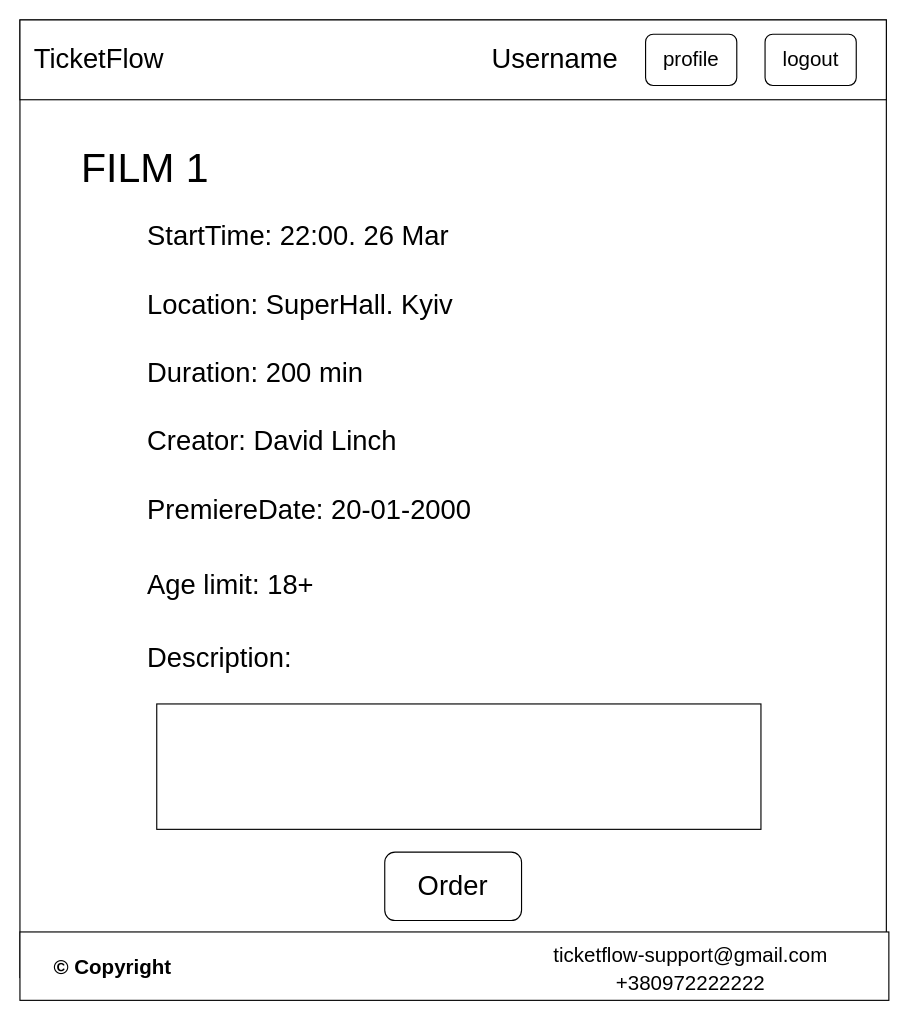
ArtemK123/Ticket_Flow keeps this draw.io diagram as page "MoviePage" (3 of 7) of docs/UI_mockups.drawio. Above is the earlier version. Source tidied: cells renumbered, new cells numbered last; positions are measured from the earlier drawing's top-left corner, leaving out a move shared by most shapes. Both pictures are drawn from the tidied source at 114%, with x=0, y=0 at pixel (19, 19).
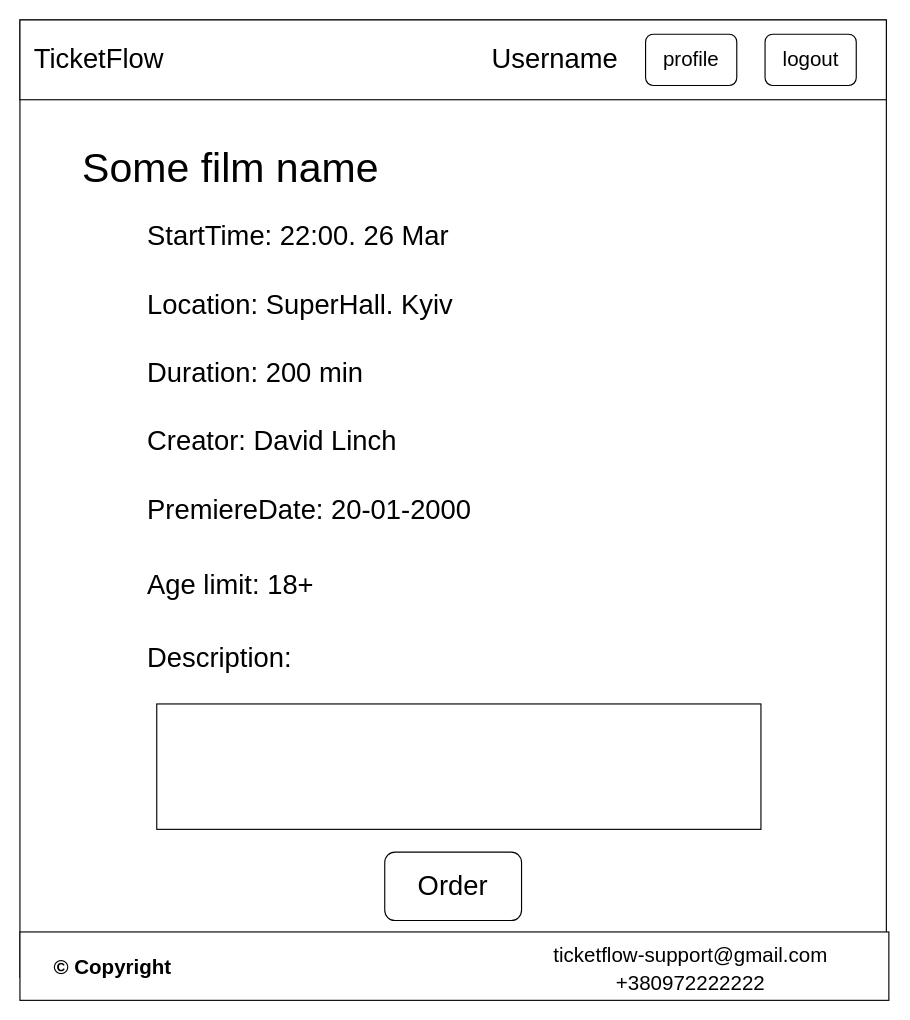
The same page after the edit.

Commit message (it also covers changes not shown here):
Renamed MoviePage in UI components diagram

Change to the diagram source:
```diff
@@
-    <mxCell id="12" value="&lt;font style=&quot;font-size: 36px&quot;&gt;FILM 1&lt;/font&gt;" style="text;html=1;strokeColor=none;fillColor=none;align=center;verticalAlign=middle;whiteSpace=wrap;rounded=0;" parent="1" vertex="1">
-      <mxGeometry x="40" y="110" width="140" height="40" as="geometry" />
+    <mxCell id="12" value="&lt;span style=&quot;font-size: 36px&quot;&gt;Some film name&lt;/span&gt;" style="text;html=1;strokeColor=none;fillColor=none;align=center;verticalAlign=middle;whiteSpace=wrap;rounded=0;" parent="1" vertex="1">
+      <mxGeometry x="40" y="110" width="290" height="40" as="geometry" />
     </mxCell>
```
